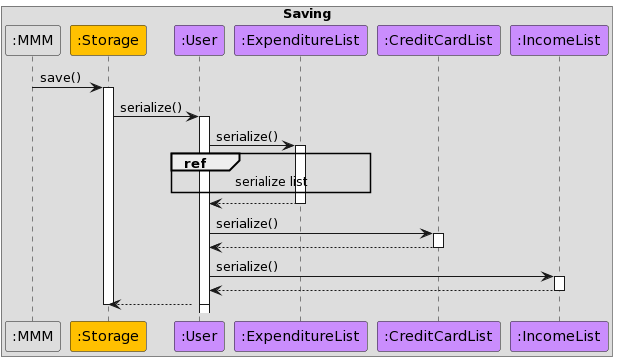
nus-cs2113-AY2122S2/tp keeps this PlantUML diagram as docs/images/Saving_Sequence_Diagram.png. Above is the earlier version. The source it was exported from:
```plantuml
@startuml
!define LOGIC_COLOR #3333C4
!define LOGIC_COLOR_T1 #7777DB
!define LOGIC_COLOR_T2 #5252CE
!define LOGIC_COLOR_T3 #1616B0
!define LOGIC_COLOR_T4 #101086

!define MMM_COLOUR #dddddd
!define PARSER_COLOUR #00b0f0
!define UI_COLOUR #92d050
!define COMMANDS_COLOUR #ff5050
!define STORAGE_COLOUR #ffc000
!define HELPER_COLOUR #e6d6c2
!define USERFINANCIAL_COLOUR #ca8dfd
!define DATA_COLOUR #aeed00


box Saving
participant ":MMM" as MMM MMM_COLOUR
participant ":Storage" as Storage STORAGE_COLOUR
participant ":User" as User USERFINANCIAL_COLOUR
participant ":ExpenditureList" as ExpenditureList USERFINANCIAL_COLOUR
participant ":CreditCardList" as CreditCardList USERFINANCIAL_COLOUR
participant ":IncomeList" as IncomeList USERFINANCIAL_COLOUR
end box

MMM -> Storage ++ : save()
Storage -> User ++ : serialize()
activate User
User -> ExpenditureList ++ : serialize()

ref over User, ExpenditureList : serialize list
ExpenditureList --> User --
User -> CreditCardList ++ : serialize()

CreditCardList --> User --
User -> IncomeList ++ : serialize()

IncomeList --> User --
User --> Storage --
deactivate Storage
@enduml
```
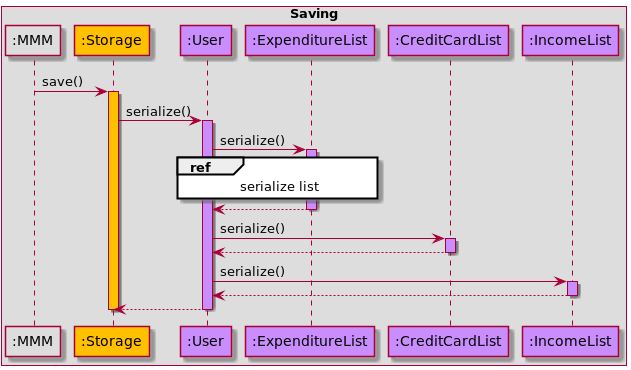
Later version of the same file.

Change to the diagram source:
```diff
@@ -1,19 +1,5 @@
 @startuml
-!define LOGIC_COLOR #3333C4
-!define LOGIC_COLOR_T1 #7777DB
-!define LOGIC_COLOR_T2 #5252CE
-!define LOGIC_COLOR_T3 #1616B0
-!define LOGIC_COLOR_T4 #101086
-
-!define MMM_COLOUR #dddddd
-!define PARSER_COLOUR #00b0f0
-!define UI_COLOUR #92d050
-!define COMMANDS_COLOUR #ff5050
-!define STORAGE_COLOUR #ffc000
-!define HELPER_COLOUR #e6d6c2
-!define USERFINANCIAL_COLOUR #ca8dfd
-!define DATA_COLOUR #aeed00
-
+!include Style.puml
 
 box Saving
 participant ":MMM" as MMM MMM_COLOUR
@@ -24,17 +10,21 @@
 participant ":IncomeList" as IncomeList USERFINANCIAL_COLOUR
 end box
 
-MMM -> Storage ++ : save()
-Storage -> User ++ : serialize()
-activate User
-User -> ExpenditureList ++ : serialize()
+MMM -> Storage : save()
+activate Storage STORAGE_COLOUR
+Storage -> User : serialize()
+activate User USERFINANCIAL_COLOUR
+User -> ExpenditureList : serialize()
+activate ExpenditureList USERFINANCIAL_COLOUR
 
 ref over User, ExpenditureList : serialize list
 ExpenditureList --> User --
-User -> CreditCardList ++ : serialize()
+User -> CreditCardList : serialize()
+activate CreditCardList USERFINANCIAL_COLOUR
 
 CreditCardList --> User --
-User -> IncomeList ++ : serialize()
+User -> IncomeList : serialize()
+activate IncomeList USERFINANCIAL_COLOUR
 
 IncomeList --> User --
 User --> Storage --
```
